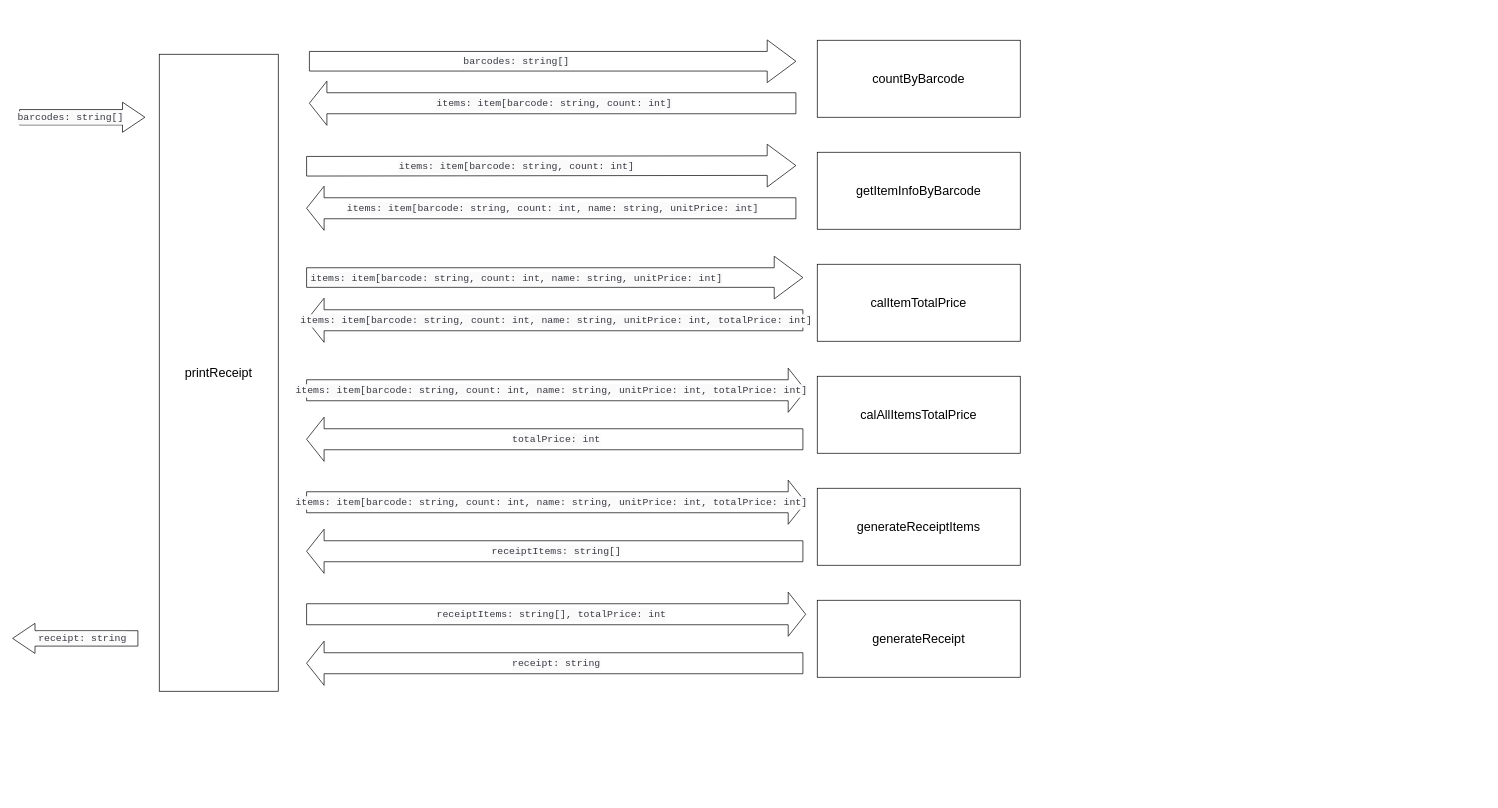
cz1216172441/pos-machine-2020-7-20-13-59-35-216 keeps this draw.io diagram as context.drawio. Above is the earlier version. Source tidied: cells renumbered, new cells numbered last; positions are measured from the earlier drawing's top-left corner, leaving out a move shared by most shapes. Both pictures are drawn from the tidied source at 70%, with x=0, y=0 at pixel (12, 40).
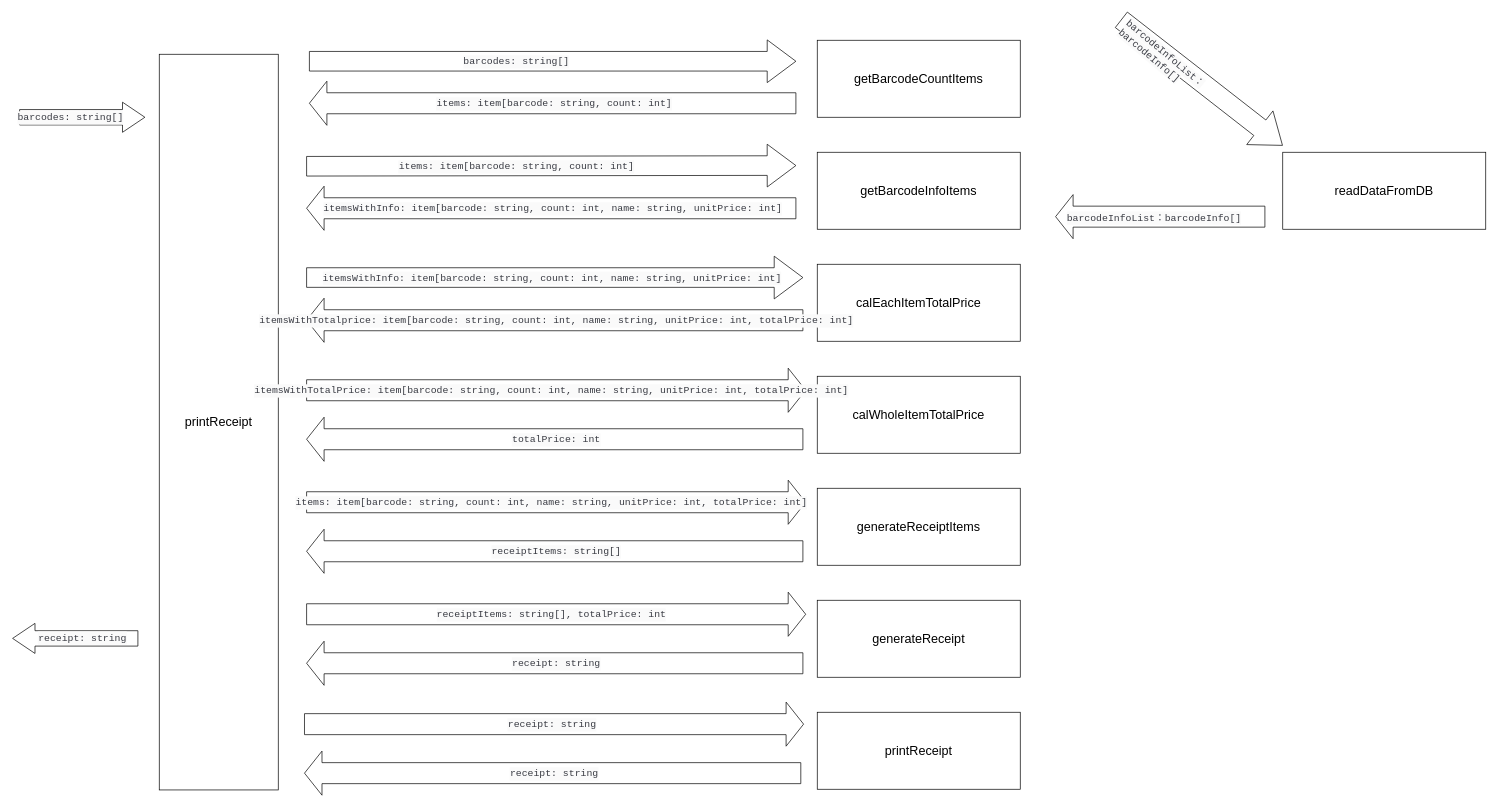
The same page after the edit.

Commit message (it also covers changes not shown here):
[Pos v0.2][Roy]refactor: modify method name, and copy array to operate.

The change refers to these unchanged cells:
```xml
<mxCell id="11" style="shape=flexArrow;endArrow=classic;html=1;endWidth=32;endSize=8;width=30;" parent="1" edge="1">
  <mxGeometry relative="1" as="geometry">
    <mxPoint x="1120" y="240" as="sourcePoint" />
    <mxPoint x="420" y="240" as="targetPoint" />
  </mxGeometry>
</mxCell>
<mxCell id="17" style="shape=flexArrow;endArrow=classic;html=1;endWidth=32;endSize=8;width=30;" parent="1" edge="1">
  <mxGeometry relative="1" as="geometry">
    <mxPoint x="1130" y="400" as="sourcePoint" />
    <mxPoint x="420" y="400" as="targetPoint" />
  </mxGeometry>
</mxCell>
<mxCell id="21" style="shape=flexArrow;endArrow=classic;html=1;endWidth=32;endSize=8;width=30;" parent="1" edge="1">
  <mxGeometry relative="1" as="geometry">
    <mxPoint x="420" y="500" as="sourcePoint" />
    <mxPoint x="1134" y="500" as="targetPoint" />
  </mxGeometry>
</mxCell>
```

What changed in the source:
```diff
@@
     <mxCell id="2" value="&lt;font style=&quot;font-size: 18px&quot;&gt;printReceipt&lt;/font&gt;" style="rounded=0;whiteSpace=wrap;html=1;" parent="1" vertex="1">
-      <mxGeometry x="210" y="20" width="170" height="910" as="geometry" />
+      <mxGeometry x="210" y="20" width="170" height="1051" as="geometry" />
     </mxCell>
@@
-    <mxCell id="5" value="&lt;font style=&quot;font-size: 18px&quot;&gt;countByBarcode&lt;/font&gt;" style="rounded=0;whiteSpace=wrap;html=1;" parent="1" vertex="1">
+    <mxCell id="5" value="&lt;font style=&quot;font-size: 18px&quot;&gt;getBarcodeCountItems&lt;/font&gt;" style="rounded=0;whiteSpace=wrap;html=1;" parent="1" vertex="1">
       <mxGeometry x="1150" width="290" height="110" as="geometry" />
     </mxCell>
@@
-    <mxCell id="9" value="&lt;font style=&quot;font-size: 18px&quot;&gt;getItemInfoByBarcode&lt;/font&gt;" style="rounded=0;whiteSpace=wrap;html=1;" parent="1" vertex="1">
+    <mxCell id="9" value="&lt;font style=&quot;font-size: 18px&quot;&gt;getBarcodeInfoItems&lt;/font&gt;" style="rounded=0;whiteSpace=wrap;html=1;" parent="1" vertex="1">
       <mxGeometry x="1150" y="160" width="290" height="110" as="geometry" />
     </mxCell>
@@
-    <mxCell id="12" value="&lt;div style=&quot;color: rgb(56 , 58 , 66) ; background-color: rgb(250 , 250 , 250) ; font-family: &amp;#34;consolas&amp;#34; , &amp;#34;courier new&amp;#34; , monospace ; font-size: 14px ; line-height: 19px&quot;&gt;&lt;div style=&quot;font-family: &amp;#34;consolas&amp;#34; , &amp;#34;courier new&amp;#34; , monospace ; line-height: 19px&quot;&gt;items:&amp;nbsp;item[barcode:&amp;nbsp;string,&amp;nbsp;count:&amp;nbsp;int,&amp;nbsp;name:&amp;nbsp;string,&amp;nbsp;unitPrice:&amp;nbsp;int]&lt;/div&gt;&lt;/div&gt;" style="edgeLabel;html=1;align=center;verticalAlign=middle;" parent="11" vertex="1">
+    <mxCell id="12" value="&lt;div style=&quot;color: rgb(56 , 58 , 66) ; background-color: rgb(250 , 250 , 250) ; font-family: &amp;#34;consolas&amp;#34; , &amp;#34;courier new&amp;#34; , monospace ; font-size: 14px ; line-height: 19px&quot;&gt;&lt;div style=&quot;font-family: &amp;#34;consolas&amp;#34; , &amp;#34;courier new&amp;#34; , monospace ; line-height: 19px&quot;&gt;itemsWithInfo:&amp;nbsp;item[barcode:&amp;nbsp;string,&amp;nbsp;count:&amp;nbsp;int,&amp;nbsp;name:&amp;nbsp;string,&amp;nbsp;unitPrice:&amp;nbsp;int]&lt;/div&gt;&lt;/div&gt;" style="edgeLabel;html=1;align=center;verticalAlign=middle;" parent="11" vertex="1">
       <mxGeometry x="0.08" relative="1" as="geometry">
         <mxPoint x="29" y="0.5" as="offset" />
       </mxGeometry>
     </mxCell>
@@
-    <mxCell id="15" value="&lt;font style=&quot;font-size: 18px&quot;&gt;calItemTotalPrice&lt;/font&gt;" style="rounded=0;whiteSpace=wrap;html=1;" parent="1" vertex="1">
+    <mxCell id="15" value="&lt;font style=&quot;font-size: 18px&quot;&gt;calEachItemTotalPrice&lt;/font&gt;" style="rounded=0;whiteSpace=wrap;html=1;" parent="1" vertex="1">
       <mxGeometry x="1150" y="320" width="290" height="110" as="geometry" />
     </mxCell>
@@
-    <mxCell id="18" value="&lt;div style=&quot;color: rgb(56 , 58 , 66) ; background-color: rgb(250 , 250 , 250) ; font-family: &amp;#34;consolas&amp;#34; , &amp;#34;courier new&amp;#34; , monospace ; font-size: 14px ; line-height: 19px&quot;&gt;&lt;div style=&quot;font-family: &amp;#34;consolas&amp;#34; , &amp;#34;courier new&amp;#34; , monospace ; line-height: 19px&quot;&gt;&lt;div style=&quot;font-family: &amp;#34;consolas&amp;#34; , &amp;#34;courier new&amp;#34; , monospace ; line-height: 19px&quot;&gt;items:&amp;nbsp;item[barcode:&amp;nbsp;string,&amp;nbsp;count:&amp;nbsp;int,&amp;nbsp;name:&amp;nbsp;string,&amp;nbsp;unitPrice:&amp;nbsp;int,&amp;nbsp;totalPrice:&amp;nbsp;int]&lt;/div&gt;&lt;/div&gt;&lt;/div&gt;" style="edgeLabel;html=1;align=center;verticalAlign=middle;" parent="17" vertex="1">
+    <mxCell id="18" value="&lt;div style=&quot;color: rgb(56 , 58 , 66) ; background-color: rgb(250 , 250 , 250) ; font-family: &amp;#34;consolas&amp;#34; , &amp;#34;courier new&amp;#34; , monospace ; font-size: 14px ; line-height: 19px&quot;&gt;&lt;div style=&quot;font-family: &amp;#34;consolas&amp;#34; , &amp;#34;courier new&amp;#34; , monospace ; line-height: 19px&quot;&gt;&lt;div style=&quot;font-family: &amp;#34;consolas&amp;#34; , &amp;#34;courier new&amp;#34; , monospace ; line-height: 19px&quot;&gt;itemsWithTotalprice:&amp;nbsp;item[barcode:&amp;nbsp;string,&amp;nbsp;count:&amp;nbsp;int,&amp;nbsp;name:&amp;nbsp;string,&amp;nbsp;unitPrice:&amp;nbsp;int,&amp;nbsp;totalPrice:&amp;nbsp;int]&lt;/div&gt;&lt;/div&gt;&lt;/div&gt;" style="edgeLabel;html=1;align=center;verticalAlign=middle;" parent="17" vertex="1">
       <mxGeometry x="0.08" relative="1" as="geometry">
         <mxPoint x="29" y="0.5" as="offset" />
       </mxGeometry>
     </mxCell>
-    <mxCell id="19" value="&lt;div style=&quot;color: rgb(56 , 58 , 66) ; background-color: rgb(250 , 250 , 250) ; font-family: &amp;#34;consolas&amp;#34; , &amp;#34;courier new&amp;#34; , monospace ; font-size: 14px ; line-height: 19px&quot;&gt;&lt;div style=&quot;font-family: &amp;#34;consolas&amp;#34; , &amp;#34;courier new&amp;#34; , monospace ; line-height: 19px&quot;&gt;items:&amp;nbsp;item[barcode:&amp;nbsp;string,&amp;nbsp;count:&amp;nbsp;int,&amp;nbsp;name:&amp;nbsp;string,&amp;nbsp;unitPrice:&amp;nbsp;int]&lt;/div&gt;&lt;/div&gt;" style="edgeLabel;html=1;align=center;verticalAlign=middle;" parent="1" vertex="1">
-      <mxGeometry x="690" y="340" as="geometry">
+    <mxCell id="19" value="&lt;div style=&quot;color: rgb(56 , 58 , 66) ; background-color: rgb(250 , 250 , 250) ; font-family: &amp;#34;consolas&amp;#34; , &amp;#34;courier new&amp;#34; , monospace ; font-size: 14px ; line-height: 19px&quot;&gt;&lt;div style=&quot;font-family: &amp;#34;consolas&amp;#34; , &amp;#34;courier new&amp;#34; , monospace ; line-height: 19px&quot;&gt;itemsWithInfo:&amp;nbsp;item[barcode:&amp;nbsp;string,&amp;nbsp;count:&amp;nbsp;int,&amp;nbsp;name:&amp;nbsp;string,&amp;nbsp;unitPrice:&amp;nbsp;int]&lt;/div&gt;&lt;/div&gt;" style="edgeLabel;html=1;align=center;verticalAlign=middle;" parent="1" vertex="1">
+      <mxGeometry x="741" y="339" as="geometry">
         <mxPoint x="29" y="0.5" as="offset" />
       </mxGeometry>
     </mxCell>
-    <mxCell id="20" value="&lt;font style=&quot;font-size: 18px&quot;&gt;calAllItemsTotalPrice&lt;/font&gt;" style="rounded=0;whiteSpace=wrap;html=1;" parent="1" vertex="1">
+    <mxCell id="20" value="&lt;font style=&quot;font-size: 18px&quot;&gt;calWholeItemTotalPrice&lt;/font&gt;" style="rounded=0;whiteSpace=wrap;html=1;" parent="1" vertex="1">
       <mxGeometry x="1150" y="480" width="290" height="110" as="geometry" />
     </mxCell>
@@
-    <mxCell id="22" value="&lt;div style=&quot;color: rgb(56 , 58 , 66) ; background-color: rgb(250 , 250 , 250) ; font-family: &amp;#34;consolas&amp;#34; , &amp;#34;courier new&amp;#34; , monospace ; font-size: 14px ; line-height: 19px&quot;&gt;&lt;div style=&quot;font-family: &amp;#34;consolas&amp;#34; , &amp;#34;courier new&amp;#34; , monospace ; line-height: 19px&quot;&gt;&lt;div style=&quot;font-family: &amp;#34;consolas&amp;#34; , &amp;#34;courier new&amp;#34; , monospace ; line-height: 19px&quot;&gt;items:&amp;nbsp;item[barcode:&amp;nbsp;string,&amp;nbsp;count:&amp;nbsp;int,&amp;nbsp;name:&amp;nbsp;string,&amp;nbsp;unitPrice:&amp;nbsp;int,&amp;nbsp;totalPrice:&amp;nbsp;int]&lt;/div&gt;&lt;/div&gt;&lt;/div&gt;" style="edgeLabel;html=1;align=center;verticalAlign=middle;" parent="21" vertex="1">
+    <mxCell id="22" value="&lt;div style=&quot;color: rgb(56 , 58 , 66) ; background-color: rgb(250 , 250 , 250) ; font-family: &amp;#34;consolas&amp;#34; , &amp;#34;courier new&amp;#34; , monospace ; font-size: 14px ; line-height: 19px&quot;&gt;&lt;div style=&quot;font-family: &amp;#34;consolas&amp;#34; , &amp;#34;courier new&amp;#34; , monospace ; line-height: 19px&quot;&gt;&lt;div style=&quot;font-family: &amp;#34;consolas&amp;#34; , &amp;#34;courier new&amp;#34; , monospace ; line-height: 19px&quot;&gt;itemsWithTotalPrice:&amp;nbsp;item[barcode:&amp;nbsp;string,&amp;nbsp;count:&amp;nbsp;int,&amp;nbsp;name:&amp;nbsp;string,&amp;nbsp;unitPrice:&amp;nbsp;int,&amp;nbsp;totalPrice:&amp;nbsp;int]&lt;/div&gt;&lt;/div&gt;&lt;/div&gt;" style="edgeLabel;html=1;align=center;verticalAlign=middle;" parent="21" vertex="1">
       <mxGeometry x="0.08" relative="1" as="geometry">
         <mxPoint x="-37" as="offset" />
       </mxGeometry>
     </mxCell>
@@
+    <mxCell id="37" value="&lt;font style=&quot;font-size: 18px&quot;&gt;printReceipt&lt;/font&gt;" style="rounded=0;whiteSpace=wrap;html=1;" parent="1" vertex="1">
+      <mxGeometry x="1150" y="960" width="290" height="110" as="geometry" />
+    </mxCell>
+    <mxCell id="38" style="shape=flexArrow;endArrow=classic;html=1;endWidth=32;endSize=8;width=30;" parent="1" edge="1">
+      <mxGeometry relative="1" as="geometry">
+        <mxPoint x="417" y="977" as="sourcePoint" />
+        <mxPoint x="1131" y="977" as="targetPoint" />
+      </mxGeometry>
+    </mxCell>
+    <mxCell id="39" style="shape=flexArrow;endArrow=classic;html=1;endWidth=32;endSize=8;width=30;" parent="1" edge="1">
+      <mxGeometry relative="1" as="geometry">
+        <mxPoint x="1127" y="1047" as="sourcePoint" />
+        <mxPoint x="417" y="1047" as="targetPoint" />
+      </mxGeometry>
+    </mxCell>
+    <mxCell id="40" value="&lt;div style=&quot;color: rgb(56 , 58 , 66) ; background-color: rgb(250 , 250 , 250) ; font-family: &amp;#34;consolas&amp;#34; , &amp;#34;courier new&amp;#34; , monospace ; font-size: 14px ; line-height: 19px&quot;&gt;&lt;div style=&quot;font-family: &amp;#34;consolas&amp;#34; , &amp;#34;courier new&amp;#34; , monospace ; line-height: 19px&quot;&gt;&lt;div style=&quot;font-family: &amp;#34;consolas&amp;#34; , &amp;#34;courier new&amp;#34; , monospace ; line-height: 19px&quot;&gt;&lt;div style=&quot;font-family: &amp;#34;consolas&amp;#34; , &amp;#34;courier new&amp;#34; , monospace ; line-height: 19px&quot;&gt;&lt;div style=&quot;font-family: &amp;#34;consolas&amp;#34; , &amp;#34;courier new&amp;#34; , monospace ; line-height: 19px&quot;&gt;&lt;div style=&quot;font-family: &amp;#34;consolas&amp;#34; , &amp;#34;courier new&amp;#34; , monospace ; line-height: 19px&quot;&gt;receipt:&amp;nbsp;string&lt;/div&gt;&lt;/div&gt;&lt;/div&gt;&lt;/div&gt;&lt;/div&gt;&lt;/div&gt;" style="edgeLabel;html=1;align=center;verticalAlign=middle;" parent="39" vertex="1">
+      <mxGeometry x="0.08" relative="1" as="geometry">
+        <mxPoint x="29" y="0.5" as="offset" />
+      </mxGeometry>
+    </mxCell>
+    <mxCell id="41" value="&lt;div style=&quot;color: rgb(56 , 58 , 66) ; background-color: rgb(250 , 250 , 250) ; font-family: &amp;#34;consolas&amp;#34; , &amp;#34;courier new&amp;#34; , monospace ; font-size: 14px ; line-height: 19px&quot;&gt;&lt;div style=&quot;font-family: &amp;#34;consolas&amp;#34; , &amp;#34;courier new&amp;#34; , monospace ; line-height: 19px&quot;&gt;&lt;div style=&quot;font-family: &amp;#34;consolas&amp;#34; , &amp;#34;courier new&amp;#34; , monospace ; line-height: 19px&quot;&gt;&lt;div style=&quot;font-family: &amp;#34;consolas&amp;#34; , &amp;#34;courier new&amp;#34; , monospace ; line-height: 19px&quot;&gt;&lt;div style=&quot;font-family: &amp;#34;consolas&amp;#34; , &amp;#34;courier new&amp;#34; , monospace ; line-height: 19px&quot;&gt;&lt;div style=&quot;font-family: &amp;#34;consolas&amp;#34; , &amp;#34;courier new&amp;#34; , monospace ; line-height: 19px&quot;&gt;receipt:&amp;nbsp;string&lt;/div&gt;&lt;/div&gt;&lt;/div&gt;&lt;/div&gt;&lt;/div&gt;&lt;/div&gt;" style="edgeLabel;html=1;align=center;verticalAlign=middle;" parent="1" vertex="1">
+      <mxGeometry x="741" y="977" as="geometry">
+        <mxPoint x="29" y="0.5" as="offset" />
+      </mxGeometry>
+    </mxCell>
+    <mxCell id="42" value="&lt;font style=&quot;font-size: 18px&quot;&gt;readDataFromDB&lt;/font&gt;" style="rounded=0;whiteSpace=wrap;html=1;" parent="1" vertex="1">
+      <mxGeometry x="1815" y="160" width="290" height="110" as="geometry" />
+    </mxCell>
+    <mxCell id="43" style="shape=flexArrow;endArrow=classic;html=1;endWidth=32;endSize=13.33;width=28;" parent="1" edge="1">
+      <mxGeometry relative="1" as="geometry">
+        <mxPoint x="1584" y="-29.5" as="sourcePoint" />
+        <mxPoint x="1815" y="150.5" as="targetPoint" />
+      </mxGeometry>
+    </mxCell>
+    <mxCell id="44" style="shape=flexArrow;endArrow=classic;html=1;endWidth=32;endSize=8;width=30;" parent="1" edge="1">
+      <mxGeometry relative="1" as="geometry">
+        <mxPoint x="1790" y="252" as="sourcePoint" />
+        <mxPoint x="1490" y="252" as="targetPoint" />
+      </mxGeometry>
+    </mxCell>
+    <mxCell id="45" value="&lt;div style=&quot;color: rgb(56 , 58 , 66) ; background-color: rgb(250 , 250 , 250) ; font-family: &amp;#34;consolas&amp;#34; , &amp;#34;courier new&amp;#34; , monospace ; font-size: 14px ; line-height: 19px&quot;&gt;&lt;div style=&quot;font-family: &amp;#34;consolas&amp;#34; , &amp;#34;courier new&amp;#34; , monospace ; line-height: 19px&quot;&gt;barcodeInfoList：barcodeInfo[]&lt;/div&gt;&lt;/div&gt;" style="edgeLabel;html=1;align=center;verticalAlign=middle;" parent="44" vertex="1">
+      <mxGeometry x="0.08" relative="1" as="geometry">
+        <mxPoint x="2" y="1" as="offset" />
+      </mxGeometry>
+    </mxCell>
+    <mxCell id="46" value="&lt;span style=&quot;color: rgb(56, 58, 66); font-family: consolas, &amp;quot;courier new&amp;quot;, monospace; font-size: 14px; font-style: normal; font-variant-ligatures: normal; font-variant-caps: normal; font-weight: 400; letter-spacing: normal; orphans: 2; text-align: center; text-indent: 0px; text-transform: none; widows: 2; word-spacing: 0px; -webkit-text-stroke-width: 0px; background-color: rgb(250, 250, 250); text-decoration-style: initial; text-decoration-color: initial; float: none; display: inline !important;&quot;&gt;barcodeInfoList：barcodeInfo[]&lt;/span&gt;" style="text;whiteSpace=wrap;html=1;rotation=40;" parent="1" vertex="1">
+      <mxGeometry x="1563" y="38" width="250" height="29" as="geometry" />
+    </mxCell>
```
